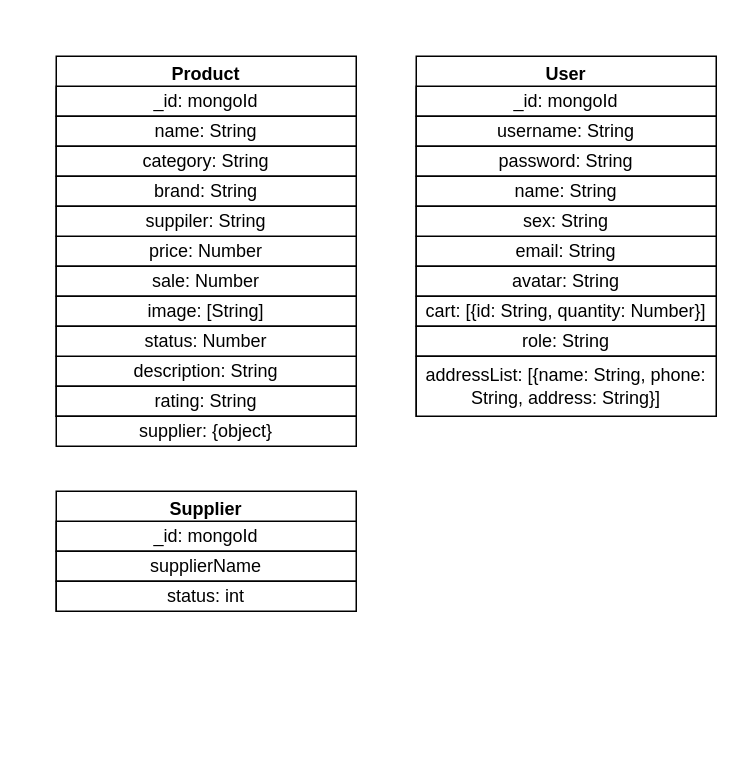
Above: fayaku-server/FayakuShop.drawio in Cloneee/Fayaku-shop (draw.io), before the change. Source tidied: cells renumbered, new cells numbered last; positions are measured from the earlier drawing's top-left corner, leaving out a move shared by most shapes. Both pictures are drawn from the tidied source at 150%, with x=0, y=0 at pixel (56, 56).
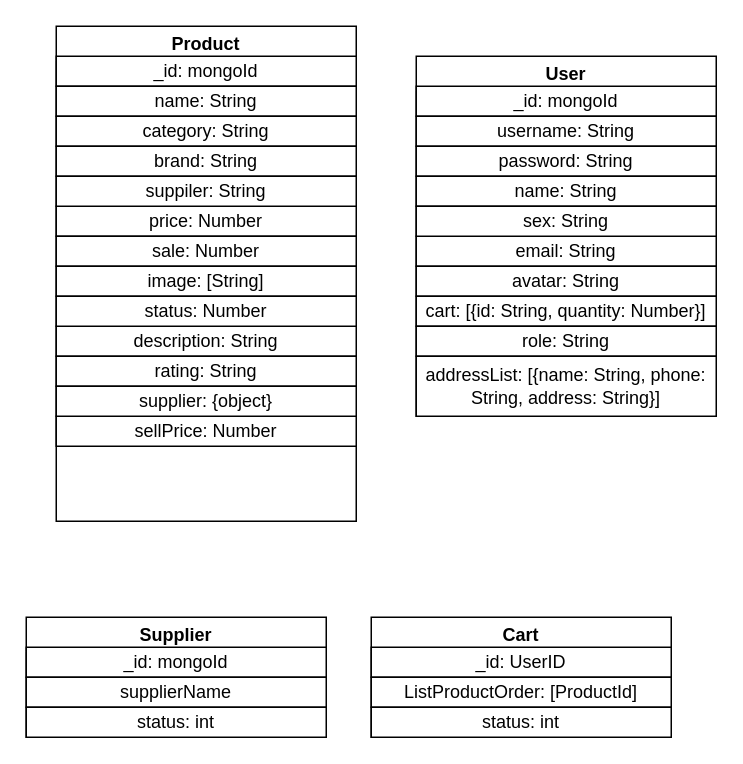
The same diagram, later.

Commit message:
Add Cart & Fix PRoduct

Diff of the diagram source:
```diff
@@
     <mxCell id="2" value="Product" style="swimlane;" parent="1" vertex="1">
-      <mxGeometry width="200" height="240" as="geometry" />
+      <mxGeometry y="-20" width="200" height="330" as="geometry" />
     </mxCell>
@@
+    <mxCell id="30" value="sellPrice: Number" style="whiteSpace=wrap;html=1;rounded=0;shadow=0;sketch=0;glass=0;align=center;" parent="2" vertex="1">
+      <mxGeometry y="260" width="200" height="20" as="geometry" />
+    </mxCell>
+    <mxCell id="25" value="supplier: {object}" style="whiteSpace=wrap;html=1;rounded=0;shadow=0;sketch=0;glass=0;align=center;" parent="2" vertex="1">
+      <mxGeometry y="240" width="200" height="20" as="geometry" />
+    </mxCell>
@@
-    <mxCell id="25" value="supplier: {object}" style="whiteSpace=wrap;html=1;rounded=0;shadow=0;sketch=0;glass=0;align=center;" parent="1" vertex="1">
-      <mxGeometry y="240" width="200" height="20" as="geometry" />
-    </mxCell>
     <mxCell id="26" value="Supplier" style="swimlane;" parent="1" vertex="1">
-      <mxGeometry y="290" width="200" height="80" as="geometry" />
+      <mxGeometry x="-20" y="374" width="200" height="80" as="geometry" />
     </mxCell>
@@
+    <mxCell id="31" value="Cart" style="swimlane;startSize=23;" parent="1" vertex="1">
+      <mxGeometry x="210" y="374" width="200" height="80" as="geometry" />
+    </mxCell>
+    <mxCell id="32" value="_id: UserID" style="whiteSpace=wrap;html=1;rounded=0;shadow=0;sketch=0;glass=0;align=center;" parent="31" vertex="1">
+      <mxGeometry y="20" width="200" height="20" as="geometry" />
+    </mxCell>
+    <mxCell id="33" value="ListProductOrder: [ProductId]" style="whiteSpace=wrap;html=1;rounded=0;shadow=0;sketch=0;glass=0;align=center;" parent="31" vertex="1">
+      <mxGeometry y="40" width="200" height="20" as="geometry" />
+    </mxCell>
+    <mxCell id="34" value="status: int" style="whiteSpace=wrap;html=1;rounded=0;shadow=0;sketch=0;glass=0;align=center;" parent="31" vertex="1">
+      <mxGeometry y="60" width="200" height="20" as="geometry" />
+    </mxCell>
```
